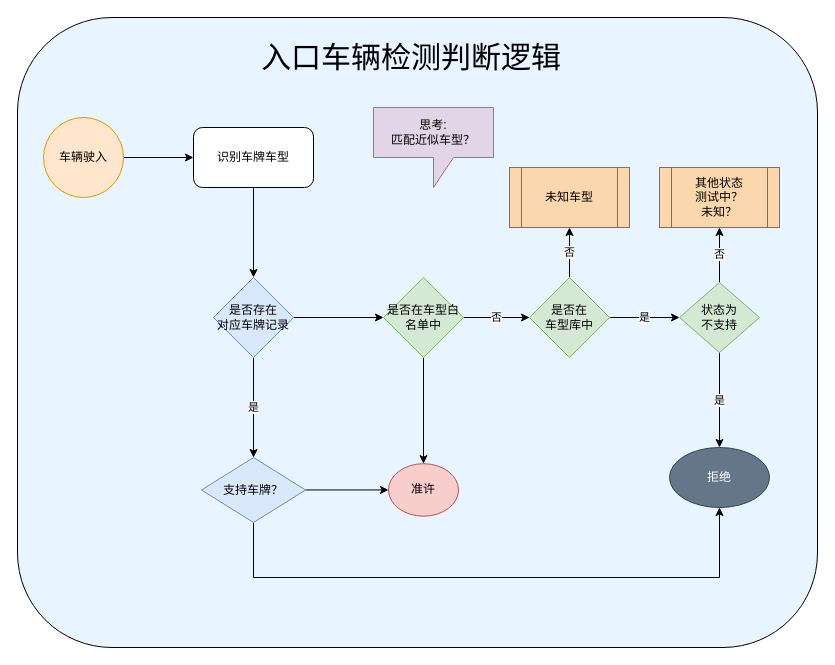
Before: WMS_ACC_1.drawio in cuckoolhz/drawIO, a draw.io diagram. Source tidied: cells renumbered, new cells numbered last; positions are measured from the earlier drawing's top-left corner, leaving out a move shared by most shapes. Both pictures are drawn from the tidied source at 100%, with x=0, y=0 at pixel (17, 17).
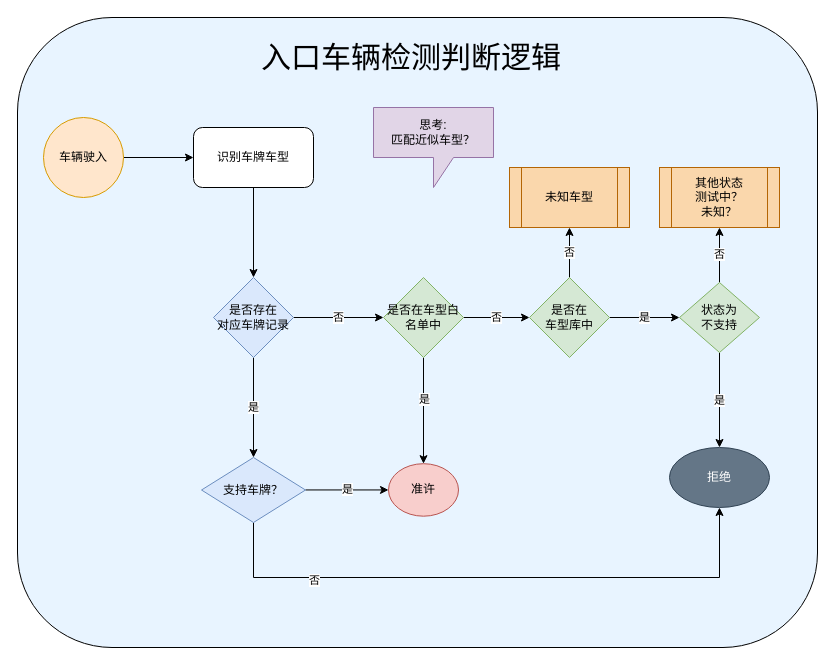
After the change.

The change refers to these unchanged cells:
```xml
<mxCell id="8" style="edgeStyle=orthogonalEdgeStyle;rounded=0;jettySize=auto;html=1;entryX=0.5;entryY=0;entryDx=0;entryDy=0;" parent="1" edge="1" source="9" target="13">
  <mxGeometry relative="1" as="geometry" />
</mxCell>
<mxCell id="9" value="是否在车型白名单中" style="rhombus;whiteSpace=wrap;html=1;fillColor=#d5e8d4;strokeColor=#82b366;" parent="1" vertex="1">
  <mxGeometry x="366" y="260" width="80" height="80" as="geometry" />
</mxCell>
<mxCell id="12" value="是否存在&lt;br style=&quot;box-sizing: content-box ; margin: 0px ; padding: 0px&quot;&gt;对应车牌记录" style="rhombus;whiteSpace=wrap;html=1;fillColor=#dae8fc;strokeColor=#6c8ebf;" parent="1" vertex="1">
  <mxGeometry x="196" y="260" width="80" height="80" as="geometry" />
</mxCell>
<mxCell id="13" value="准许" style="ellipse;whiteSpace=wrap;html=1;fillColor=#f8cecc;strokeColor=#b85450;" parent="1" vertex="1">
  <mxGeometry x="371" y="446.2" width="70" height="52.5" as="geometry" />
</mxCell>
<mxCell id="15" style="edgeStyle=orthogonalEdgeStyle;rounded=0;jettySize=auto;html=1;entryX=0.5;entryY=1;entryDx=0;entryDy=0;" parent="1" edge="1" source="16" target="17">
  <mxGeometry relative="1" as="geometry">
    <Array as="points">
      <mxPoint x="236" y="560" />
      <mxPoint x="702" y="560" />
    </Array>
  </mxGeometry>
</mxCell>
<mxCell id="16" value="支持车牌？" style="rhombus;whiteSpace=wrap;html=1;fillColor=#dae8fc;strokeColor=#6c8ebf;" parent="1" vertex="1">
  <mxGeometry x="184" y="440" width="104" height="65" as="geometry" />
</mxCell>
```

Diff of the diagram source:
```diff
@@
+    <mxCell id="28" value="是" style="edgeLabel;html=1;align=center;verticalAlign=middle;" parent="8" vertex="1">
+      <mxGeometry x="-0.22" relative="1" as="geometry" />
+    </mxCell>
@@
-    <mxCell id="11" style="edgeStyle=orthogonalEdgeStyle;rounded=0;jettySize=auto;html=1;entryX=0;entryY=0.5;entryDx=0;entryDy=0;" parent="1" edge="1" source="12" target="9">
+    <mxCell id="11" value="否" style="edgeStyle=orthogonalEdgeStyle;rounded=0;jettySize=auto;html=1;entryX=0;entryY=0.5;entryDx=0;entryDy=0;" parent="1" edge="1" source="12" target="9">
       <mxGeometry relative="1" as="geometry" />
     </mxCell>
@@
-    <mxCell id="14" style="edgeStyle=orthogonalEdgeStyle;rounded=0;jettySize=auto;html=1;entryX=0;entryY=0.5;entryDx=0;entryDy=0;" parent="1" edge="1" source="16" target="13">
+    <mxCell id="14" value="是" style="edgeStyle=orthogonalEdgeStyle;rounded=0;jettySize=auto;html=1;entryX=0;entryY=0.5;entryDx=0;entryDy=0;" parent="1" edge="1" source="16" target="13">
       <mxGeometry relative="1" as="geometry" />
     </mxCell>
@@
+    <mxCell id="29" value="否" style="edgeLabel;html=1;align=center;verticalAlign=middle;" parent="15" vertex="1">
+      <mxGeometry x="-0.61" y="-2" relative="1" as="geometry" />
+    </mxCell>
```
